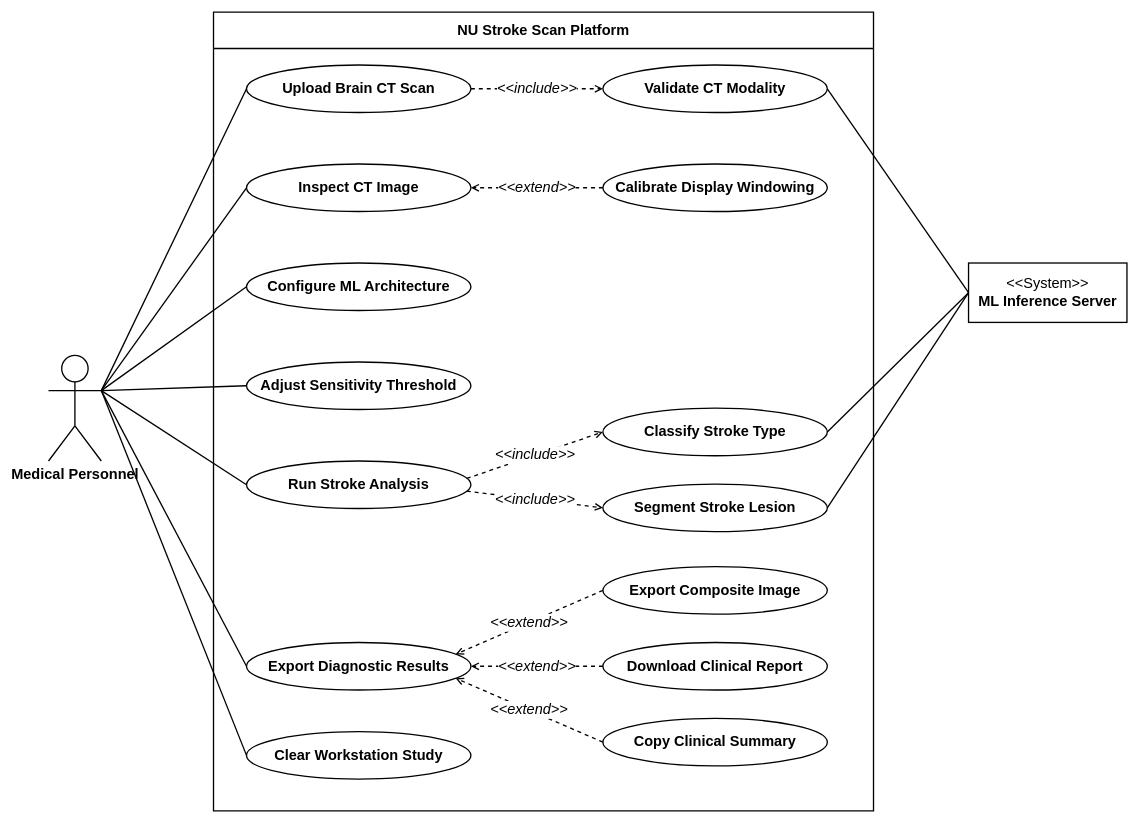
Earlier version of the draw.io diagram usecase-diagram.drawio (Cell1991/nu-stroke-scan). Source tidied: cells renumbered, new cells numbered last; positions are measured from the earlier drawing's top-left corner, leaving out a move shared by most shapes. Both pictures are drawn from the tidied source at 66%, with x=0, y=0 at pixel (48, 12).
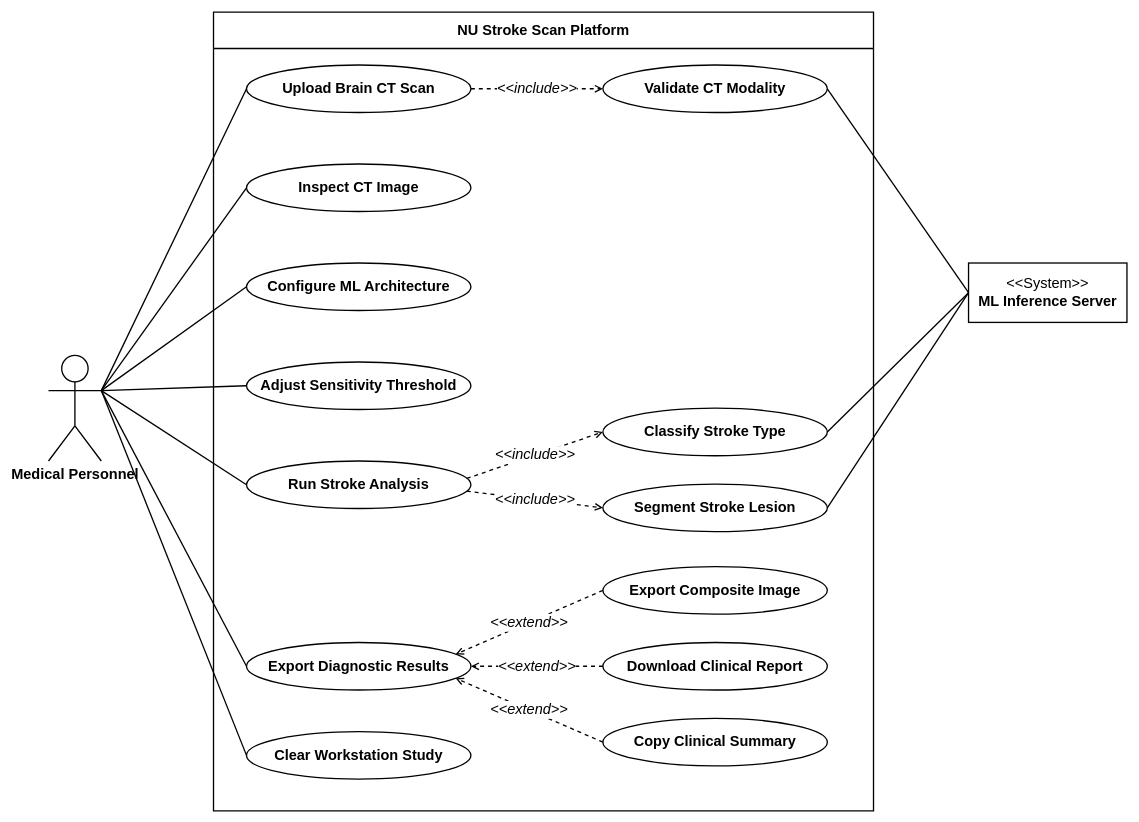
Above is the later version.

The change refers to these unchanged cells:
```xml
<mxCell id="4" value="Inspect CT Image" style="ellipse;whiteSpace=wrap;html=1;fillColor=#FFFFFF;strokeColor=#000000;strokeWidth=2;fontColor=#000000;fontFamily=Arial;fontStyle=1;fontSize=22;" parent="1" vertex="1">
  <mxGeometry x="300" y="230" width="340" height="72" as="geometry" />
</mxCell>
```

Diff of the diagram source:
```diff
@@
-    <mxCell id="11" value="Calibrate Display Windowing" style="ellipse;whiteSpace=wrap;html=1;fillColor=#FFFFFF;strokeColor=#000000;strokeWidth=2;fontColor=#000000;fontFamily=Arial;fontStyle=1;fontSize=22;" parent="1" vertex="1">
-      <mxGeometry x="840" y="230" width="340" height="72" as="geometry" />
-    </mxCell>
@@
-    <mxCell id="27" value="&amp;lt;&amp;lt;extend&amp;gt;&amp;gt;" style="dashed=1;endArrow=open;endSize=8;strokeColor=#000000;strokeWidth=2;fontSize=22;fontStyle=2;fontFamily=Arial;labelBackgroundColor=#FFFFFF;labelBorderColor=none;html=1;exitX=0;exitY=0.5;entryX=1;entryY=0.5;" parent="1" edge="1" source="11" target="4">
-      <mxGeometry relative="1" as="geometry" />
-    </mxCell>
```
